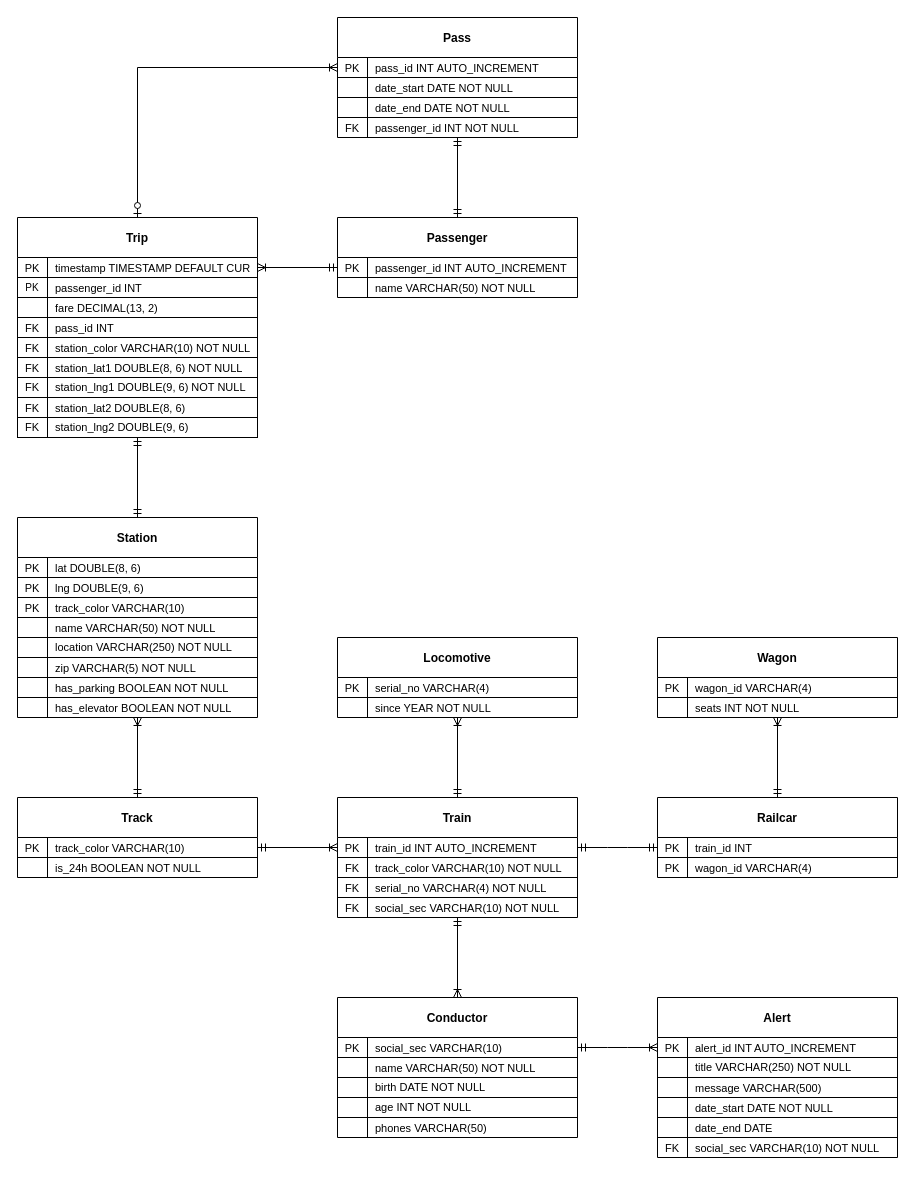
hanggrian/IIT-CS425 keeps this draw.io diagram as page "Stage 2" (2 of 2) of cta/uml.drawio. Above is the earlier version. Source tidied: cells renumbered, new cells numbered last; positions are measured from the earlier drawing's top-left corner, leaving out a move shared by most shapes. Both pictures are drawn from the tidied source at 100%, with x=0, y=0 at pixel (17, 17).
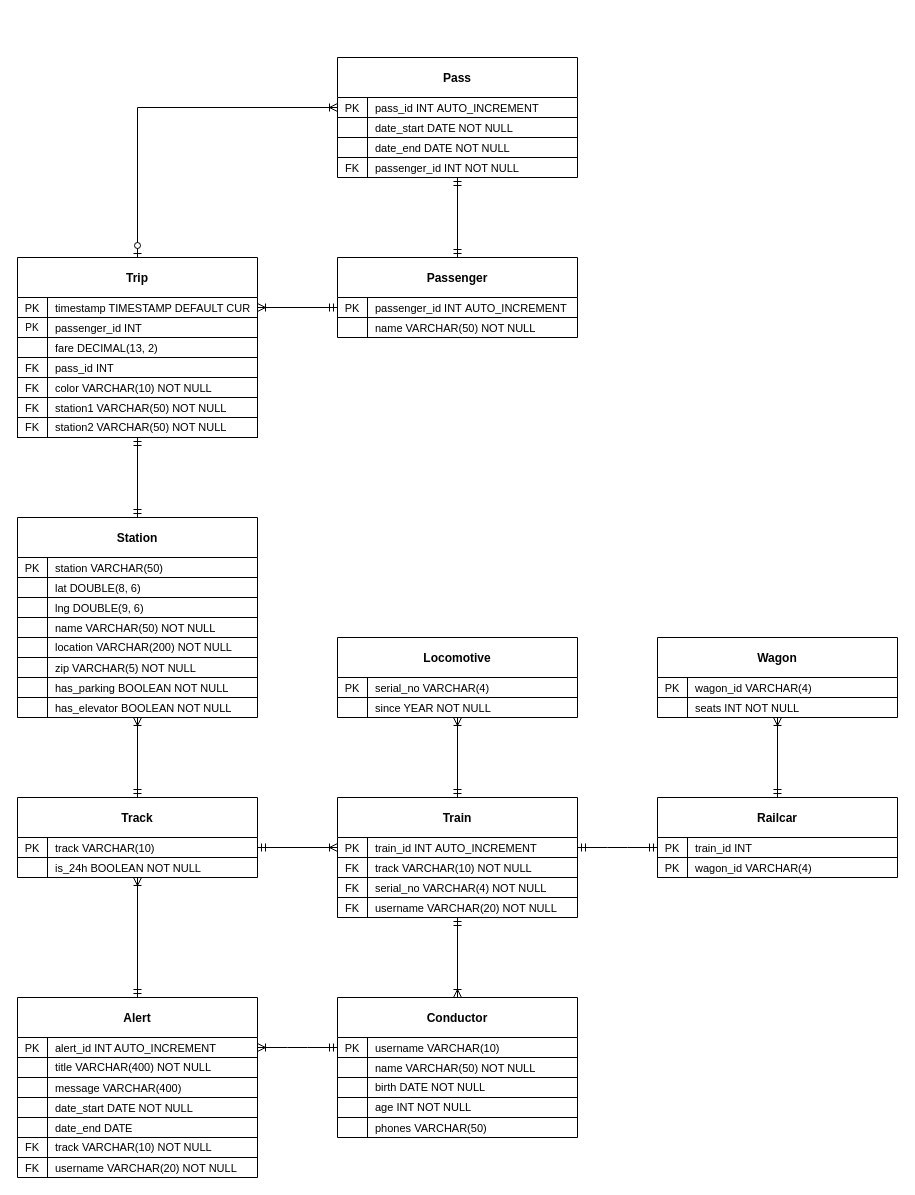
The same diagram, later.

The change refers to these unchanged cells:
```xml
<mxCell id="3" style="shape=partialRectangle;fillColor=none;points=[[0,0.5],[1,0.5]];portConstraint=eastwest;top=0;left=0;right=0;bottom=1;fontSize=11;" parent="2" vertex="1">
  <mxGeometry y="40" width="240" height="20" as="geometry" />
</mxCell>
<mxCell id="6" style="shape=partialRectangle;fillColor=none;points=[[0,0.5],[1,0.5]];portConstraint=eastwest;top=0;left=0;right=0;bottom=0;fontSize=11;" parent="2" vertex="1">
  <mxGeometry y="60" width="240" height="20" as="geometry" />
</mxCell>
<mxCell id="9" value="Station" style="shape=table;startSize=40;childLayout=tableLayout;rowLines=0;fontStyle=1;align=center;fontSize=12;swimlaneFillColor=none;" parent="1" vertex="1">
  <mxGeometry y="500" width="240" height="200" as="geometry" />
</mxCell>
<mxCell id="10" style="shape=partialRectangle;fillColor=none;top=0;left=0;right=0;bottom=1;fontSize=11;" parent="9" vertex="1">
  <mxGeometry y="40" width="240" height="20" as="geometry" />
</mxCell>
<mxCell id="13" style="shape=partialRectangle;fillColor=none;top=0;left=0;bottom=1;right=0;fontSize=11;" parent="9" vertex="1">
  <mxGeometry y="60" width="240" height="20" as="geometry" />
</mxCell>
<mxCell id="16" style="shape=tableRow;horizontal=0;startSize=0;swimlaneHead=0;swimlaneBody=0;fillColor=none;top=0;left=0;right=0;bottom=1;fontSize=11;" parent="9" vertex="1">
  <mxGeometry y="80" width="240" height="20" as="geometry" />
</mxCell>
<mxCell id="22" style="shape=tableRow;horizontal=0;startSize=0;swimlaneHead=0;swimlaneBody=0;fillColor=none;top=0;left=0;right=0;bottom=1;" parent="9" vertex="1">
  <mxGeometry y="120" width="240" height="20" as="geometry" />
</mxCell>
<mxCell id="35" style="shape=partialRectangle;fillColor=none;points=[[0,0.5],[1,0.5]];portConstraint=eastwest;top=0;left=0;right=0;bottom=1;fontSize=11;" parent="34" vertex="1">
  <mxGeometry y="40" width="240" height="20" as="geometry" />
</mxCell>
<mxCell id="38" style="shape=tableRow;horizontal=0;startSize=0;swimlaneHead=0;swimlaneBody=0;fillColor=none;top=0;left=0;right=0;bottom=1;" parent="34" vertex="1">
  <mxGeometry y="60" width="240" height="20" as="geometry" />
</mxCell>
<mxCell id="41" style="shape=partialRectangle;fillColor=none;top=0;left=0;bottom=1;right=0;fontSize=11;" parent="34" vertex="1">
  <mxGeometry y="80" width="240" height="20" as="geometry" />
</mxCell>
<mxCell id="73" style="shape=tableRow;horizontal=0;startSize=0;swimlaneHead=0;swimlaneBody=0;fillColor=none;top=0;left=0;right=0;bottom=1;fontSize=11;" parent="60" vertex="1">
  <mxGeometry y="120" width="240" height="20" as="geometry" />
</mxCell>
<mxCell id="76" style="shape=tableRow;horizontal=0;startSize=0;swimlaneHead=0;swimlaneBody=0;fillColor=none;top=0;left=0;right=0;bottom=1;fontSize=11;" parent="60" vertex="1">
  <mxGeometry y="140" width="240" height="20" as="geometry" />
</mxCell>
<mxCell id="79" style="shape=tableRow;horizontal=0;startSize=0;swimlaneHead=0;swimlaneBody=0;fillColor=none;points=[[0,0.5],[1,0.5]];portConstraint=eastwest;top=0;left=0;right=0;bottom=1;" parent="60" vertex="1">
  <mxGeometry y="160" width="240" height="20" as="geometry" />
</mxCell>
<mxCell id="102" style="shape=partialRectangle;fillColor=none;points=[[0,0.5],[1,0.5]];portConstraint=eastwest;top=0;left=0;right=0;bottom=1;fontSize=11;" parent="101" vertex="1">
  <mxGeometry y="40" width="240" height="20" as="geometry" />
</mxCell>
<mxCell id="136" style="shape=partialRectangle;fillColor=none;top=0;left=0;bottom=1;right=0;fontSize=11;" parent="132" vertex="1">
  <mxGeometry y="60" width="240" height="20" as="geometry" />
</mxCell>
<mxCell id="142" style="shape=partialRectangle;fillColor=none;points=[[0,0.5],[1,0.5]];portConstraint=eastwest;top=0;left=0;right=0;bottom=0;fontSize=11;" parent="132" vertex="1">
  <mxGeometry y="100" width="240" height="20" as="geometry" />
</mxCell>
```

Change to the diagram source:
```diff
@@
-    <mxCell id="5" value="track_color VARCHAR(10)" style="shape=partialRectangle;overflow=hidden;fillColor=none;top=0;left=0;bottom=0;right=0;align=left;spacingLeft=6;fontStyle=0;fontSize=11;" parent="3" vertex="1">
+    <mxCell id="5" value="track VARCHAR(10)" style="shape=partialRectangle;overflow=hidden;fillColor=none;top=0;left=0;bottom=0;right=0;align=left;spacingLeft=6;fontStyle=0;fontSize=11;" parent="3" vertex="1">
       <mxGeometry x="30" width="210" height="20" as="geometry" />
     </mxCell>
@@
-    <mxCell id="12" value="lat DOUBLE(8, 6)" style="shape=partialRectangle;overflow=hidden;fillColor=none;top=0;left=0;bottom=0;right=0;align=left;spacingLeft=6;fontStyle=0;fontSize=11;" parent="10" vertex="1">
+    <mxCell id="12" value="station VARCHAR(50)" style="shape=partialRectangle;overflow=hidden;fillColor=none;top=0;left=0;bottom=0;right=0;align=left;spacingLeft=6;fontStyle=0;fontSize=11;" parent="10" vertex="1">
       <mxGeometry x="30" width="210" height="20" as="geometry" />
     </mxCell>
@@
-    <mxCell id="14" value="PK" style="shape=partialRectangle;fillColor=none;top=0;left=0;bottom=0;right=0;fontStyle=0;overflow=hidden;fontSize=11;" parent="13" vertex="1">
+    <mxCell id="14" style="shape=partialRectangle;fillColor=none;top=0;left=0;bottom=0;right=0;fontStyle=0;overflow=hidden;fontSize=11;" parent="13" vertex="1">
       <mxGeometry width="30" height="20" as="geometry" />
     </mxCell>
-    <mxCell id="15" value="lng DOUBLE(9, 6)" style="shape=partialRectangle;fillColor=none;top=0;left=0;bottom=0;right=0;align=left;spacingLeft=6;fontStyle=0;overflow=hidden;fontSize=11;" parent="13" vertex="1">
+    <mxCell id="15" value="lat DOUBLE(8, 6)" style="shape=partialRectangle;fillColor=none;top=0;left=0;bottom=0;right=0;align=left;spacingLeft=6;fontStyle=0;overflow=hidden;fontSize=11;" parent="13" vertex="1">
       <mxGeometry x="30" width="210" height="20" as="geometry" />
     </mxCell>
@@
-    <mxCell id="17" value="PK" style="shape=partialRectangle;fillColor=none;top=0;left=0;bottom=0;right=0;fontStyle=0;overflow=hidden;fontSize=11;" parent="16" vertex="1">
+    <mxCell id="17" style="shape=partialRectangle;fillColor=none;top=0;left=0;bottom=0;right=0;fontStyle=0;overflow=hidden;fontSize=11;" parent="16" vertex="1">
       <mxGeometry width="30" height="20" as="geometry" />
     </mxCell>
-    <mxCell id="18" value="track_color VARCHAR(10)" style="shape=partialRectangle;fillColor=none;top=0;left=0;bottom=0;right=0;align=left;spacingLeft=6;fontStyle=0;overflow=hidden;fontSize=11;" parent="16" vertex="1">
+    <mxCell id="18" value="lng DOUBLE(9, 6)" style="shape=partialRectangle;fillColor=none;top=0;left=0;bottom=0;right=0;align=left;spacingLeft=6;fontStyle=0;overflow=hidden;fontSize=11;" parent="16" vertex="1">
       <mxGeometry x="30" width="210" height="20" as="geometry" />
     </mxCell>
@@
-    <mxCell id="24" value="location VARCHAR(250) NOT NULL" style="shape=partialRectangle;fillColor=none;top=0;left=0;bottom=0;right=0;align=left;spacingLeft=6;fontStyle=0;overflow=hidden;whiteSpace=wrap;html=1;fontSize=11;" parent="22" vertex="1">
+    <mxCell id="24" value="location VARCHAR(200) NOT NULL" style="shape=partialRectangle;fillColor=none;top=0;left=0;bottom=0;right=0;align=left;spacingLeft=6;fontStyle=0;overflow=hidden;whiteSpace=wrap;html=1;fontSize=11;" parent="22" vertex="1">
       <mxGeometry x="30" width="210" height="20" as="geometry" />
     </mxCell>
@@
     <mxCell id="34" value="Alert" style="shape=table;startSize=40;childLayout=tableLayout;rowLines=0;fontStyle=1;align=center;fontSize=12;swimlaneFillColor=none;" parent="1" vertex="1">
-      <mxGeometry x="640" y="980" width="240" height="160" as="geometry" />
+      <mxGeometry y="980" width="240" height="180" as="geometry" />
     </mxCell>
@@
-    <mxCell id="40" value="&lt;font style=&quot;font-size: 11px;&quot;&gt;title VARCHAR(250) NOT NULL&lt;/font&gt;" style="shape=partialRectangle;fillColor=none;top=0;left=0;bottom=0;right=0;align=left;spacingLeft=6;fontStyle=0;overflow=hidden;whiteSpace=wrap;html=1;" parent="38" vertex="1">
+    <mxCell id="40" value="&lt;font style=&quot;font-size: 11px;&quot;&gt;title VARCHAR(400) NOT NULL&lt;/font&gt;" style="shape=partialRectangle;fillColor=none;top=0;left=0;bottom=0;right=0;align=left;spacingLeft=6;fontStyle=0;overflow=hidden;whiteSpace=wrap;html=1;" parent="38" vertex="1">
       <mxGeometry x="30" width="210" height="20" as="geometry" />
     </mxCell>
@@
-    <mxCell id="43" value="message VARCHAR(500)" style="shape=partialRectangle;fillColor=none;top=0;left=0;bottom=0;right=0;align=left;spacingLeft=6;fontStyle=0;overflow=hidden;fontSize=11;" parent="41" vertex="1">
+    <mxCell id="43" value="message VARCHAR(400)" style="shape=partialRectangle;fillColor=none;top=0;left=0;bottom=0;right=0;align=left;spacingLeft=6;fontStyle=0;overflow=hidden;fontSize=11;" parent="41" vertex="1">
       <mxGeometry x="30" width="210" height="20" as="geometry" />
     </mxCell>
@@
+    <mxCell id="162" style="shape=tableRow;horizontal=0;startSize=0;swimlaneHead=0;swimlaneBody=0;fillColor=none;top=0;left=0;right=0;bottom=1;" parent="34" vertex="1">
+      <mxGeometry y="140" width="240" height="20" as="geometry" />
+    </mxCell>
+    <mxCell id="163" value="FK" style="shape=partialRectangle;fillColor=none;top=0;left=0;bottom=0;right=0;fontStyle=0;overflow=hidden;whiteSpace=wrap;html=1;fontSize=11;" parent="162" vertex="1">
+      <mxGeometry width="30" height="20" as="geometry" />
+    </mxCell>
+    <mxCell id="164" value="track VARCHAR(10) NOT NULL" style="shape=partialRectangle;fillColor=none;top=0;left=0;bottom=0;right=0;align=left;spacingLeft=6;fontStyle=0;overflow=hidden;whiteSpace=wrap;html=1;fontSize=11;" parent="162" vertex="1">
+      <mxGeometry x="30" width="210" height="20" as="geometry" />
+    </mxCell>
     <mxCell id="50" style="shape=partialRectangle;fillColor=none;top=0;left=0;right=0;bottom=0;fontSize=11;" parent="34" vertex="1">
-      <mxGeometry y="140" width="240" height="20" as="geometry" />
+      <mxGeometry y="160" width="240" height="20" as="geometry" />
     </mxCell>
@@
-    <mxCell id="52" value="social_sec VARCHAR(10) NOT NULL" style="shape=partialRectangle;overflow=hidden;fillColor=none;top=0;left=0;bottom=0;right=0;align=left;spacingLeft=6;fontSize=11;" parent="50" vertex="1">
+    <mxCell id="52" value="username VARCHAR(20) NOT NULL" style="shape=partialRectangle;overflow=hidden;fillColor=none;top=0;left=0;bottom=0;right=0;align=left;spacingLeft=6;fontSize=11;" parent="50" vertex="1">
       <mxGeometry x="30" width="210" height="20" as="geometry" />
     </mxCell>
@@
     <mxCell id="60" value="Trip" style="shape=table;startSize=40;childLayout=tableLayout;rowLines=0;fontStyle=1;align=center;fontSize=12;swimlaneFillColor=none;" parent="1" vertex="1">
-      <mxGeometry y="200" width="240" height="220" as="geometry" />
+      <mxGeometry y="240" width="240" height="180" as="geometry" />
     </mxCell>
@@
-    <mxCell id="75" value="station_color VARCHAR(10) NOT NULL" style="shape=partialRectangle;fillColor=none;top=0;left=0;bottom=0;right=0;align=left;spacingLeft=6;fontStyle=0;overflow=hidden;fontSize=11;" parent="73" vertex="1">
+    <mxCell id="75" value="color VARCHAR(10) NOT NULL" style="shape=partialRectangle;fillColor=none;top=0;left=0;bottom=0;right=0;align=left;spacingLeft=6;fontStyle=0;overflow=hidden;fontSize=11;" parent="73" vertex="1">
       <mxGeometry x="30" width="210" height="20" as="geometry" />
     </mxCell>
@@
-    <mxCell id="78" value="station_lat1 DOUBLE(8, 6) NOT NULL" style="shape=partialRectangle;fillColor=none;top=0;left=0;bottom=0;right=0;align=left;spacingLeft=6;fontStyle=0;overflow=hidden;fontSize=11;" parent="76" vertex="1">
+    <mxCell id="78" value="station1 VARCHAR(50) NOT NULL" style="shape=partialRectangle;fillColor=none;top=0;left=0;bottom=0;right=0;align=left;spacingLeft=6;fontStyle=0;overflow=hidden;fontSize=11;" parent="76" vertex="1">
       <mxGeometry x="30" width="210" height="20" as="geometry" />
     </mxCell>
@@
-    <mxCell id="81" value="station_lng1 DOUBLE(9, 6) NOT NULL" style="shape=partialRectangle;fillColor=none;top=0;left=0;bottom=0;right=0;align=left;spacingLeft=6;fontStyle=0;overflow=hidden;whiteSpace=wrap;html=1;fontSize=11;" parent="79" vertex="1">
+    <mxCell id="81" value="station2 VARCHAR(50) NOT NULL" style="shape=partialRectangle;fillColor=none;top=0;left=0;bottom=0;right=0;align=left;spacingLeft=6;fontStyle=0;overflow=hidden;whiteSpace=wrap;html=1;fontSize=11;" parent="79" vertex="1">
       <mxGeometry x="30" width="210" height="20" as="geometry" />
     </mxCell>
-    <mxCell id="82" style="shape=partialRectangle;fillColor=none;top=0;left=0;bottom=1;right=0;fontSize=11;" parent="60" vertex="1">
-      <mxGeometry y="180" width="240" height="20" as="geometry" />
-    </mxCell>
-    <mxCell id="83" value="FK" style="shape=partialRectangle;fillColor=none;top=0;left=0;bottom=0;right=0;fontStyle=0;overflow=hidden;fontSize=11;" parent="82" vertex="1">
-      <mxGeometry width="30" height="20" as="geometry" />
-    </mxCell>
-    <mxCell id="84" value="station_lat2 DOUBLE(8, 6)" style="shape=partialRectangle;fillColor=none;top=0;left=0;bottom=0;right=0;align=left;spacingLeft=6;fontStyle=0;overflow=hidden;fontSize=11;" parent="82" vertex="1">
-      <mxGeometry x="30" width="210" height="20" as="geometry" />
-    </mxCell>
-    <mxCell id="85" style="shape=tableRow;horizontal=0;startSize=0;swimlaneHead=0;swimlaneBody=0;fillColor=none;points=[[0,0.5],[1,0.5]];portConstraint=eastwest;top=0;left=0;right=0;bottom=1;" parent="60" vertex="1">
-      <mxGeometry y="200" width="240" height="20" as="geometry" />
-    </mxCell>
-    <mxCell id="86" value="&lt;span style=&quot;font-weight: normal;&quot;&gt;&lt;font style=&quot;font-size: 11px;&quot;&gt;FK&lt;/font&gt;&lt;/span&gt;" style="shape=partialRectangle;fillColor=none;top=0;left=0;bottom=0;right=0;fontStyle=1;overflow=hidden;whiteSpace=wrap;html=1;" parent="85" vertex="1">
-      <mxGeometry width="30" height="20" as="geometry" />
-    </mxCell>
-    <mxCell id="87" value="station_lng2 DOUBLE(9, 6)" style="shape=partialRectangle;fillColor=none;top=0;left=0;bottom=0;right=0;align=left;spacingLeft=6;fontStyle=0;overflow=hidden;whiteSpace=wrap;html=1;fontSize=11;" parent="85" vertex="1">
-      <mxGeometry x="30" width="210" height="20" as="geometry" />
-    </mxCell>
     <mxCell id="88" value="Pass" style="shape=table;startSize=40;childLayout=tableLayout;rowLines=0;fontStyle=1;align=center;fontSize=12;swimlaneFillColor=none;" parent="1" vertex="1">
-      <mxGeometry x="320" width="240" height="120" as="geometry" />
+      <mxGeometry x="320" y="40" width="240" height="120" as="geometry" />
     </mxCell>
@@
-    <mxCell id="104" value="social_sec VARCHAR(10)" style="shape=partialRectangle;overflow=hidden;fillColor=none;top=0;left=0;bottom=0;right=0;align=left;spacingLeft=6;fontStyle=0;fontSize=11;" parent="102" vertex="1">
+    <mxCell id="104" value="username VARCHAR(10)" style="shape=partialRectangle;overflow=hidden;fillColor=none;top=0;left=0;bottom=0;right=0;align=left;spacingLeft=6;fontStyle=0;fontSize=11;" parent="102" vertex="1">
       <mxGeometry x="30" width="210" height="20" as="geometry" />
     </mxCell>
@@
-    <mxCell id="117" style="edgeStyle=entityRelationEdgeStyle;fontSize=12;html=1;endArrow=ERoneToMany;startArrow=ERmandOne;rounded=0;entryX=0;entryY=0.5;entryDx=0;entryDy=0;exitX=1;exitY=0.5;exitDx=0;exitDy=0;" parent="1" edge="1" source="102" target="35">
+    <mxCell id="117" style="edgeStyle=entityRelationEdgeStyle;fontSize=12;html=1;endArrow=ERoneToMany;startArrow=ERmandOne;rounded=0;exitX=0;exitY=0.5;exitDx=0;exitDy=0;entryX=1;entryY=0.5;entryDx=0;entryDy=0;" parent="1" edge="1" source="102" target="35">
       <mxGeometry relative="1" as="geometry" />
     </mxCell>
@@
-    <mxCell id="138" value="track_color VARCHAR(10) NOT NULL" style="shape=partialRectangle;fillColor=none;top=0;left=0;bottom=0;right=0;align=left;spacingLeft=6;fontStyle=0;overflow=hidden;fontSize=11;" parent="136" vertex="1">
+    <mxCell id="138" value="track VARCHAR(10) NOT NULL" style="shape=partialRectangle;fillColor=none;top=0;left=0;bottom=0;right=0;align=left;spacingLeft=6;fontStyle=0;overflow=hidden;fontSize=11;" parent="136" vertex="1">
       <mxGeometry x="30" width="210" height="20" as="geometry" />
     </mxCell>
@@
-    <mxCell id="144" value="social_sec VARCHAR(10) NOT NULL" style="shape=partialRectangle;overflow=hidden;fillColor=none;top=0;left=0;bottom=0;right=0;align=left;spacingLeft=6;fontSize=11;" parent="142" vertex="1">
+    <mxCell id="144" value="username VARCHAR(20) NOT NULL" style="shape=partialRectangle;overflow=hidden;fillColor=none;top=0;left=0;bottom=0;right=0;align=left;spacingLeft=6;fontSize=11;" parent="142" vertex="1">
       <mxGeometry x="30" width="210" height="20" as="geometry" />
     </mxCell>
@@
-    <mxCell id="151" style="fontSize=12;html=1;endArrow=ERmandOne;startArrow=ERmandOne;rounded=0;entryX=0.5;entryY=0;entryDx=0;entryDy=0;" parent="1" edge="1" source="85" target="9">
+    <mxCell id="151" style="fontSize=12;html=1;endArrow=ERmandOne;startArrow=ERmandOne;rounded=0;entryX=0.5;entryY=0;entryDx=0;entryDy=0;" parent="1" edge="1" source="79" target="9">
       <mxGeometry relative="1" as="geometry" />
     </mxCell>
     <mxCell id="152" value="Passenger" style="shape=table;startSize=40;childLayout=tableLayout;rowLines=0;fontStyle=1;align=center;fontSize=12;swimlaneFillColor=none;" parent="1" vertex="1">
-      <mxGeometry x="320" y="200" width="240" height="80" as="geometry" />
+      <mxGeometry x="320" y="240" width="240" height="80" as="geometry" />
     </mxCell>
@@
+    <mxCell id="165" style="fontSize=12;html=1;endArrow=ERoneToMany;startArrow=ERmandOne;rounded=0;exitX=0.5;exitY=0;exitDx=0;exitDy=0;" parent="1" edge="1" source="34" target="6">
+      <mxGeometry relative="1" as="geometry" />
+    </mxCell>
```
